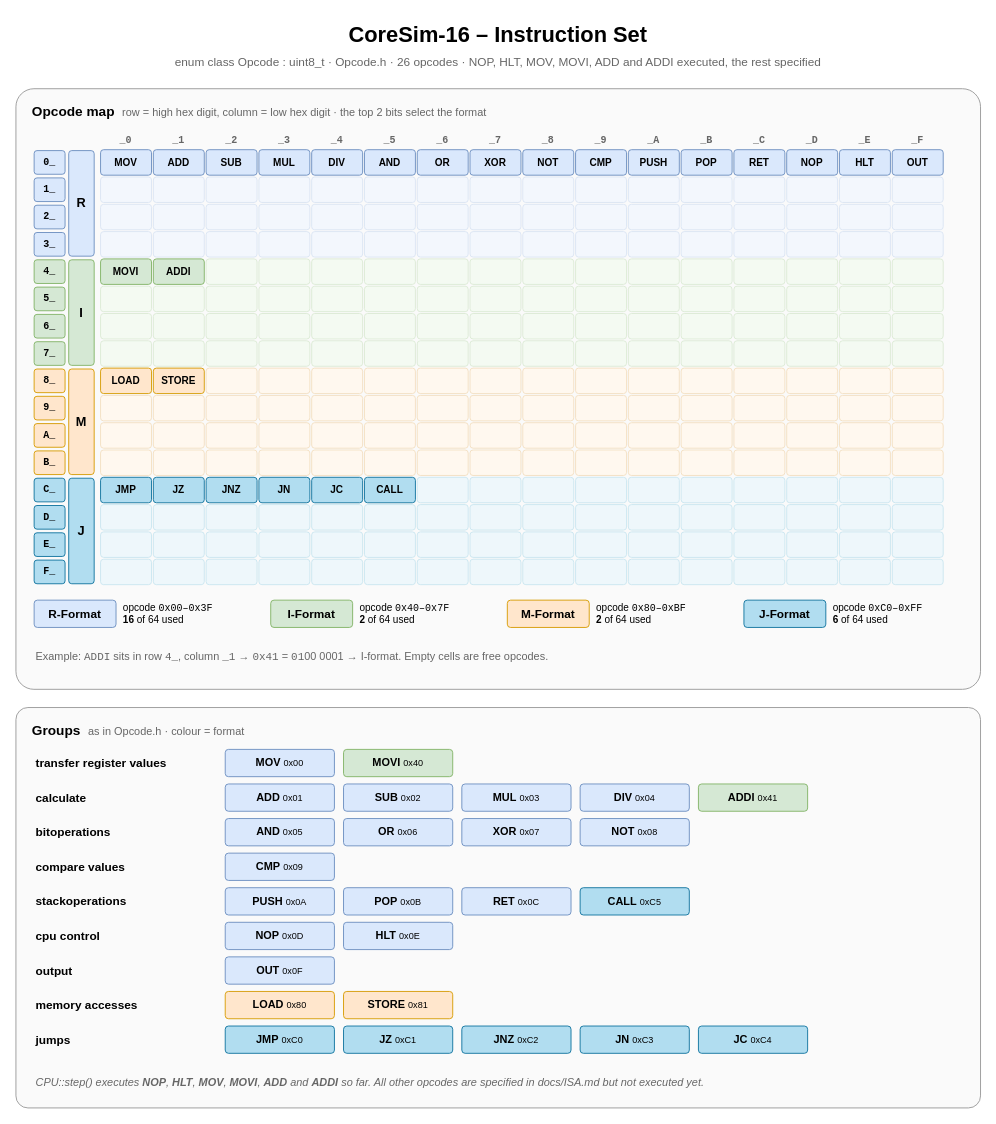
The draw.io diagram diagrams/isa.drawio in kpolet2010-hue/CoreSim, before the edit. Source tidied: cells renumbered, new cells numbered last; positions are measured from the earlier drawing's top-left corner, leaving out a move shared by most shapes. Both pictures are drawn from the tidied source at 91%, with x=0, y=0 at pixel (15, 15).
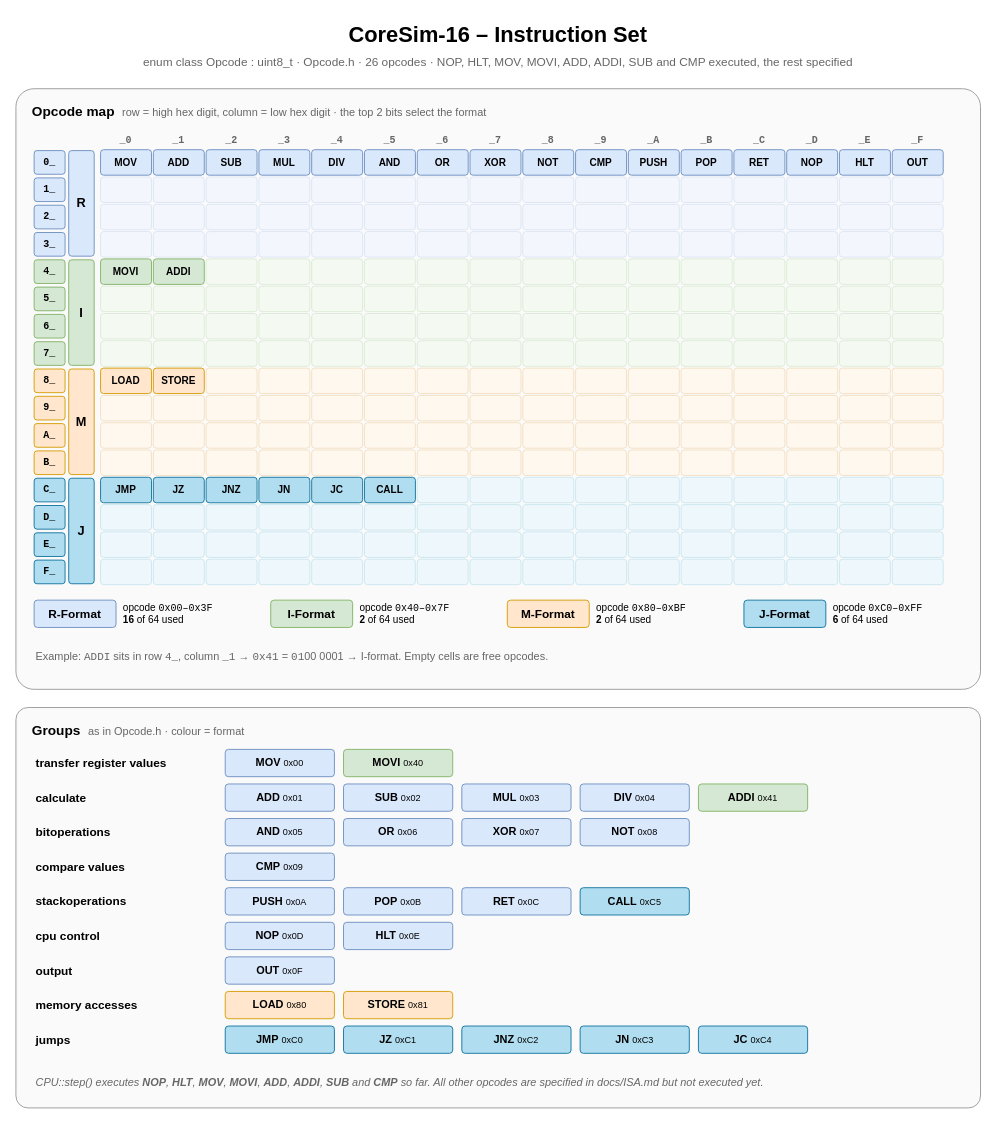
Above is the later version.

What changed in the source:
```diff
@@
-    <mxCell id="3" value="enum class Opcode : uint8_t &amp;middot; Opcode.h &amp;middot; 26 opcodes &amp;middot; NOP, HLT, MOV, MOVI, ADD and ADDI executed, the rest specified" style="text;html=1;strokeColor=none;fillColor=none;whiteSpace=wrap;fontFamily=Helvetica;fontSize=13;fontColor=#666666;align=center;" parent="1" vertex="1">
+    <mxCell id="3" value="enum class Opcode : uint8_t &amp;middot; Opcode.h &amp;middot; 26 opcodes &amp;middot; NOP, HLT, MOV, MOVI, ADD, ADDI, SUB and CMP executed, the rest specified" style="text;html=1;strokeColor=none;fillColor=none;whiteSpace=wrap;fontFamily=Helvetica;fontSize=13;fontColor=#666666;align=center;" parent="1" vertex="1">
       <mxGeometry y="36" width="1060" height="24" as="geometry" />
     </mxCell>
@@
-    <mxCell id="342" value="&lt;i&gt;CPU::step() executes &lt;b&gt;NOP&lt;/b&gt;, &lt;b&gt;HLT&lt;/b&gt;, &lt;b&gt;MOV&lt;/b&gt;, &lt;b&gt;MOVI&lt;/b&gt;, &lt;b&gt;ADD&lt;/b&gt; and &lt;b&gt;ADDI&lt;/b&gt; so far. All other opcodes are specified in docs/ISA.md but not executed yet.&lt;/i&gt;" style="text;html=1;strokeColor=none;fillColor=none;whiteSpace=wrap;fontFamily=Helvetica;fontSize=12;fontColor=#666666;align=left;" parent="1" vertex="1">
+    <mxCell id="342" value="&lt;i&gt;CPU::step() executes &lt;b&gt;NOP&lt;/b&gt;, &lt;b&gt;HLT&lt;/b&gt;, &lt;b&gt;MOV&lt;/b&gt;, &lt;b&gt;MOVI&lt;/b&gt;, &lt;b&gt;ADD&lt;/b&gt;, &lt;b&gt;ADDI&lt;/b&gt;, &lt;b&gt;SUB&lt;/b&gt; and &lt;b&gt;CMP&lt;/b&gt; so far. All other opcodes are specified in docs/ISA.md but not executed yet.&lt;/i&gt;" style="text;html=1;strokeColor=none;fillColor=none;whiteSpace=wrap;fontFamily=Helvetica;fontSize=12;fontColor=#666666;align=left;" parent="1" vertex="1">
       <mxGeometry x="20" y="1158" width="1020" height="24" as="geometry" />
     </mxCell>
```
